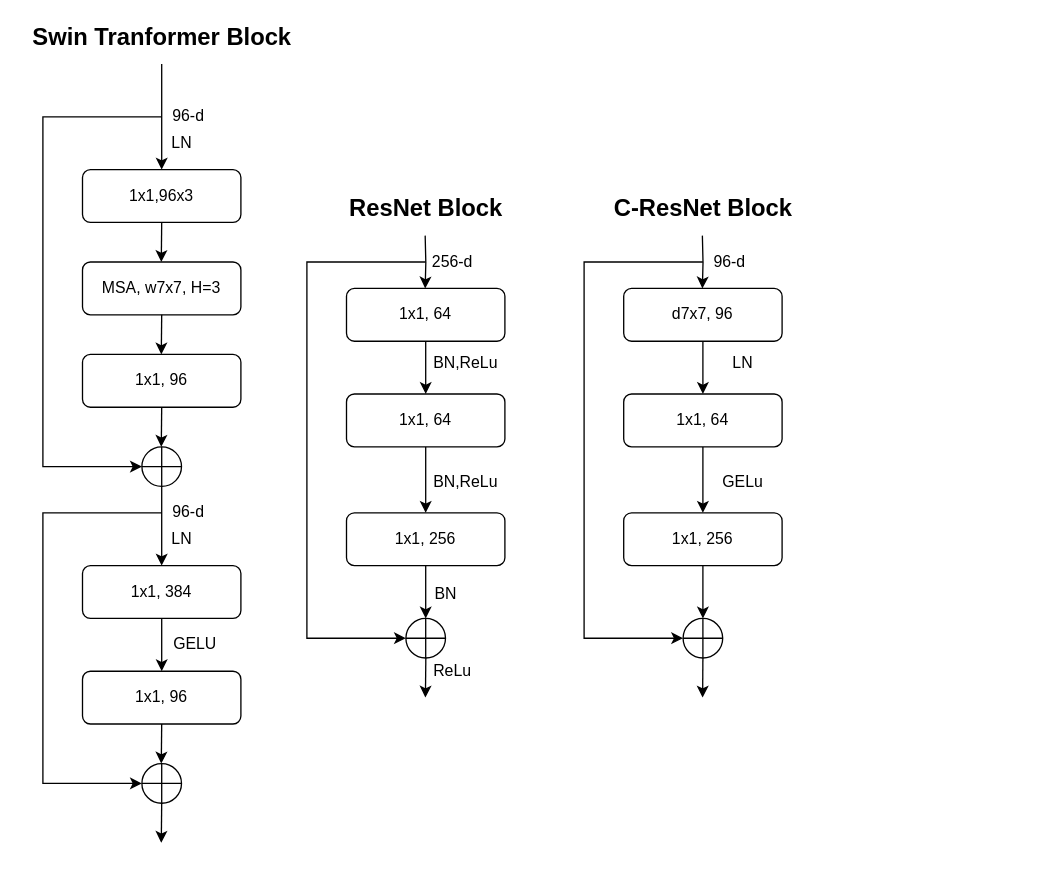
Earlier version of the draw.io diagram Untitled Diagram.drawio (ifanshida/CenterTrack). Source tidied: cells renumbered, new cells numbered last; positions are measured from the earlier drawing's top-left corner, leaving out a move shared by most shapes. Both pictures are drawn from the tidied source at 132%, with x=0, y=0 at pixel (22, 24).
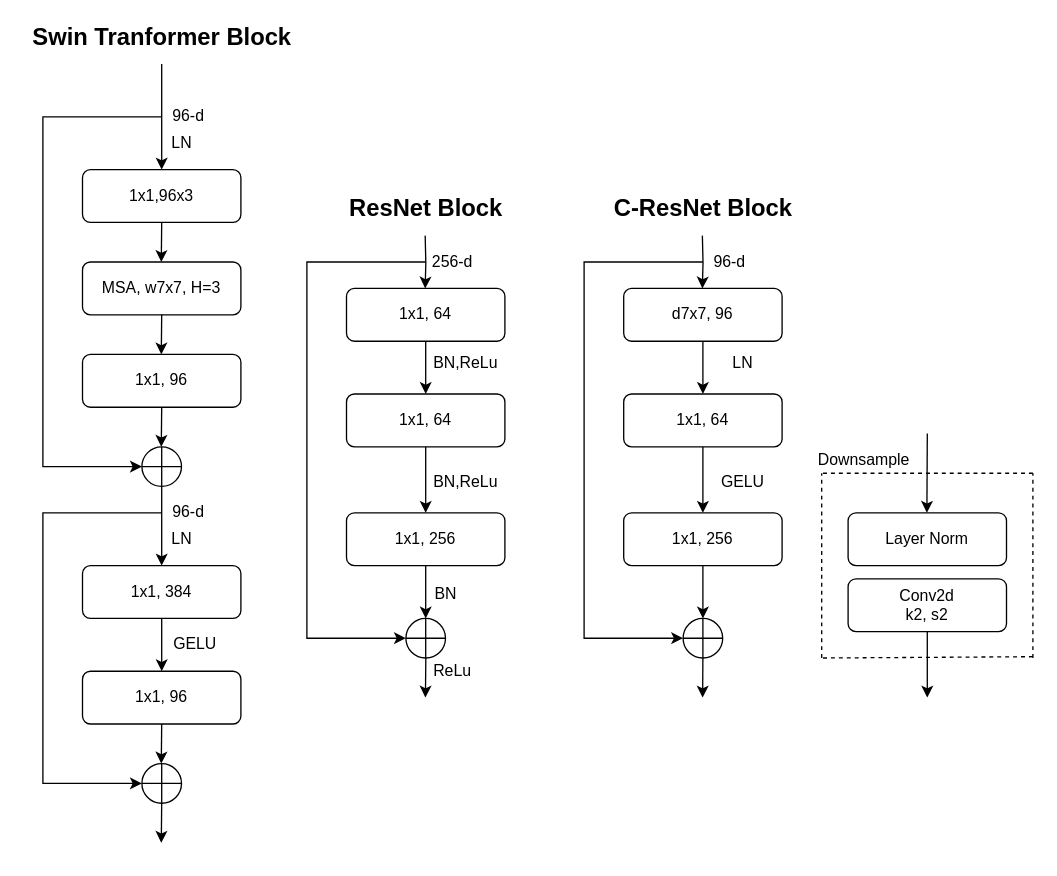
After the change.

Change to the diagram source:
```diff
@@
-    <mxCell id="58" value="&lt;font style=&quot;font-size: 12px&quot;&gt;GELu&lt;/font&gt;" style="text;html=1;align=center;verticalAlign=middle;strokeColor=none;fillColor=none;fontSize=18;" parent="1" vertex="1">
+    <mxCell id="58" value="&lt;font style=&quot;font-size: 12px&quot;&gt;GELU&lt;/font&gt;" style="text;html=1;align=center;verticalAlign=middle;strokeColor=none;fillColor=none;fontSize=18;" parent="1" vertex="1">
       <mxGeometry x="520" y="330" width="50" height="30" as="geometry" />
     </mxCell>
@@
+    <mxCell id="63" value="Layer Norm&lt;br&gt;" style="rounded=1;whiteSpace=wrap;html=1;" parent="1" vertex="1">
+      <mxGeometry x="625" y="370" width="120" height="40" as="geometry" />
+    </mxCell>
+    <mxCell id="64" value="Conv2d&lt;br&gt;k2, s2&lt;br&gt;" style="rounded=1;whiteSpace=wrap;html=1;" parent="1" vertex="1">
+      <mxGeometry x="625" y="420" width="120" height="40" as="geometry" />
+    </mxCell>
+    <mxCell id="65" style="endArrow=classic;html=1;rounded=0;entryX=0.5;entryY=0;entryDx=0;entryDy=0;" parent="1" edge="1">
+      <mxGeometry relative="1" as="geometry">
+        <mxPoint x="685" y="310" as="sourcePoint" />
+        <mxPoint x="684.7" y="370" as="targetPoint" />
+      </mxGeometry>
+    </mxCell>
+    <mxCell id="66" style="endArrow=classic;html=1;rounded=0;exitX=0.5;exitY=1;exitDx=0;exitDy=0;" parent="1" edge="1">
+      <mxGeometry relative="1" as="geometry">
+        <mxPoint x="685" y="460" as="sourcePoint" />
+        <mxPoint x="685" y="510" as="targetPoint" />
+      </mxGeometry>
+    </mxCell>
+    <mxCell id="67" style="endArrow=none;dashed=1;html=1;rounded=0;fontSize=12;" parent="1" edge="1">
+      <mxGeometry relative="1" as="geometry">
+        <mxPoint x="605" y="480" as="sourcePoint" />
+        <mxPoint x="605" y="340" as="targetPoint" />
+      </mxGeometry>
+    </mxCell>
+    <mxCell id="68" style="endArrow=none;dashed=1;html=1;rounded=0;fontSize=12;" parent="1" edge="1">
+      <mxGeometry relative="1" as="geometry">
+        <mxPoint x="765" y="340" as="sourcePoint" />
+        <mxPoint x="605" y="340" as="targetPoint" />
+      </mxGeometry>
+    </mxCell>
+    <mxCell id="69" style="endArrow=none;dashed=1;html=1;rounded=0;fontSize=12;" parent="1" edge="1">
+      <mxGeometry relative="1" as="geometry">
+        <mxPoint x="765" y="479" as="sourcePoint" />
+        <mxPoint x="605" y="480" as="targetPoint" />
+      </mxGeometry>
+    </mxCell>
+    <mxCell id="70" style="endArrow=none;dashed=1;html=1;rounded=0;fontSize=12;" parent="1" edge="1">
+      <mxGeometry relative="1" as="geometry">
+        <mxPoint x="765" y="480" as="sourcePoint" />
+        <mxPoint x="765" y="340" as="targetPoint" />
+      </mxGeometry>
+    </mxCell>
+    <mxCell id="71" value="&amp;nbsp;Downsample" style="text;html=1;align=center;verticalAlign=middle;strokeColor=none;fillColor=none;fontSize=12;" parent="1" vertex="1">
+      <mxGeometry x="590" y="320" width="90" height="20" as="geometry" />
+    </mxCell>
```
